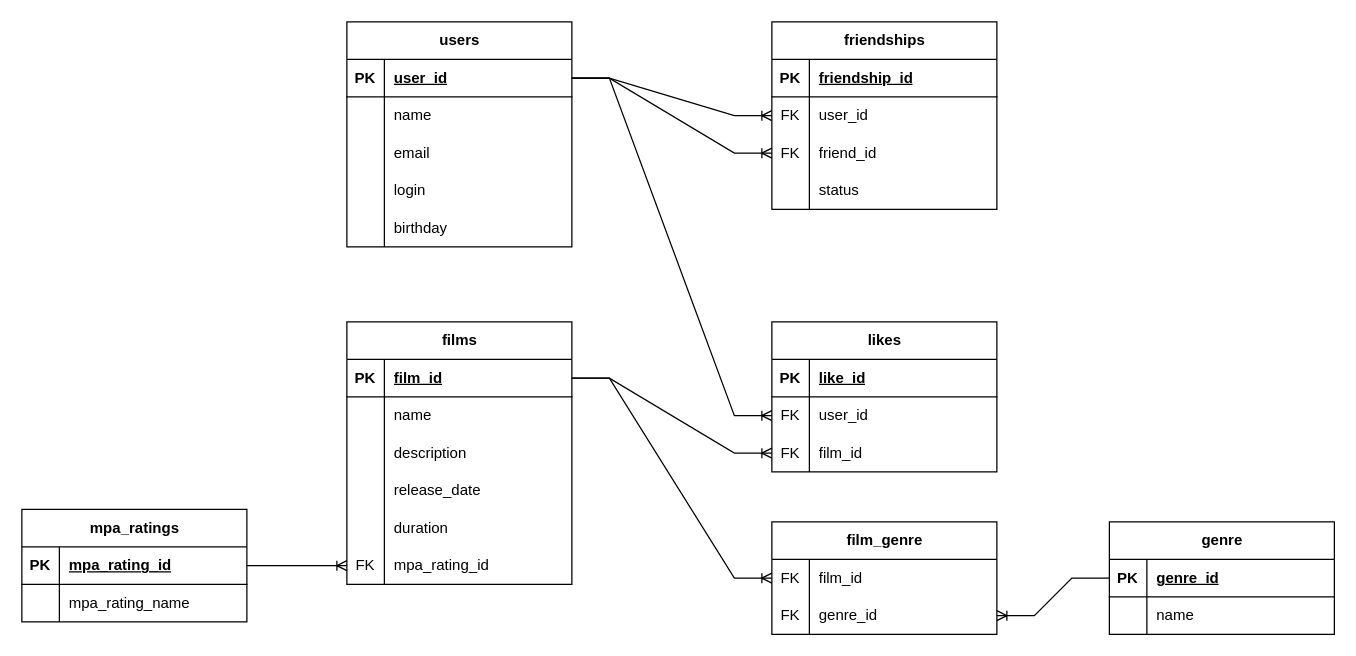
The draw.io diagram src/main/resources/db/filmorate.drawio in yaengine/filmorate, before the edit. Source tidied: cells renumbered, new cells numbered last; positions are measured from the earlier drawing's top-left corner, leaving out a move shared by most shapes. Both pictures are drawn from the tidied source at 125%, with x=0, y=0 at pixel (21, 21).
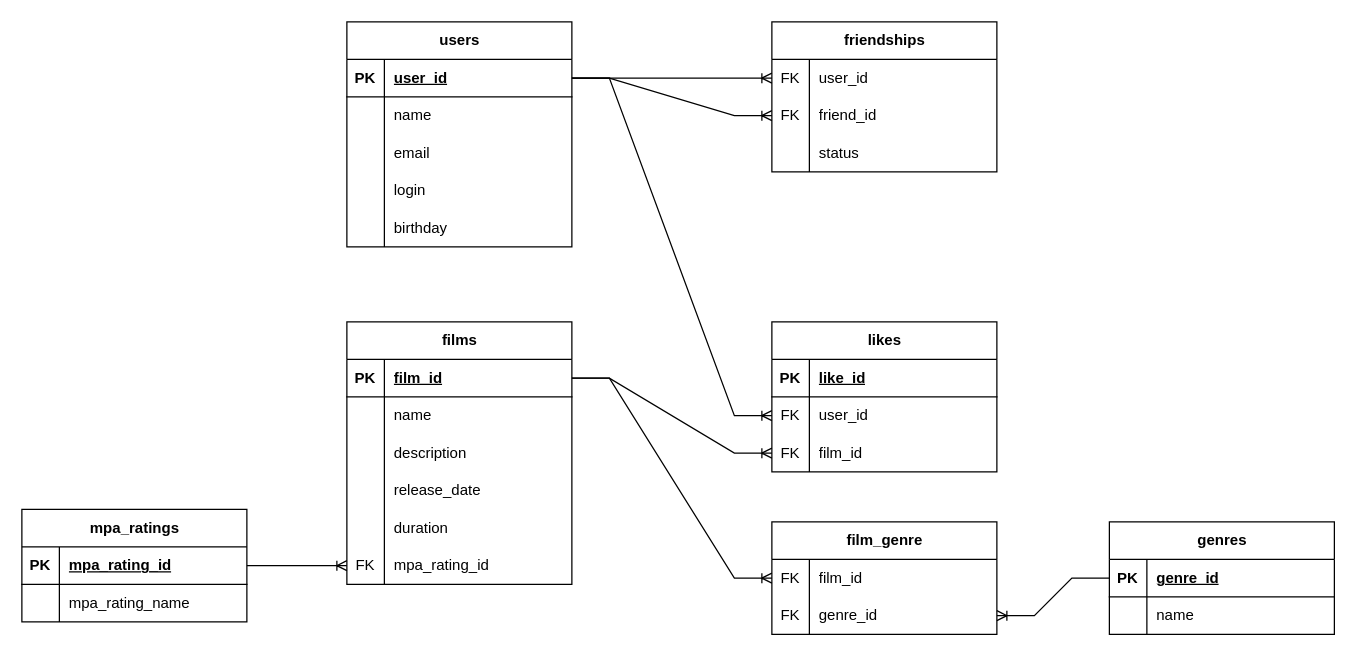
After the change.

The edit, as a diff of the source:
```diff
@@
-    <mxCell id="37" value="genre" style="shape=table;startSize=30;childLayout=tableLayout;rowLines=0;fontStyle=1;align=center;html=1;" parent="1" vertex="1">
+    <mxCell id="37" value="genres" style="shape=table;startSize=30;childLayout=tableLayout;rowLines=0;fontStyle=1;align=center;html=1;" parent="1" vertex="1">
       <mxGeometry x="870" y="400" width="180" height="90" as="geometry" />
     </mxCell>
@@
     <mxCell id="44" value="friendships" style="shape=table;startSize=30;childLayout=tableLayout;rowLines=0;fontStyle=1;align=center;html=1;" parent="1" vertex="1">
-      <mxGeometry x="600" width="180" height="150" as="geometry" />
+      <mxGeometry x="600" width="180" height="120" as="geometry" />
     </mxCell>
-    <mxCell id="45" style="shape=tableRow;horizontal=0;startSize=0;swimlaneHead=0;swimlaneBody=0;fillColor=none;top=0;left=0;right=0;bottom=1;" parent="44" vertex="1">
-      <mxGeometry y="30" width="180" height="30" as="geometry" />
-    </mxCell>
-    <mxCell id="46" value="PK" style="shape=partialRectangle;fillColor=none;top=0;left=0;bottom=0;right=0;fontStyle=1;overflow=hidden;whiteSpace=wrap;html=1;" parent="45" vertex="1">
-      <mxGeometry width="30" height="30" as="geometry" />
-    </mxCell>
-    <mxCell id="47" value="friendship_id" style="shape=partialRectangle;fillColor=none;top=0;left=0;bottom=0;right=0;align=left;spacingLeft=6;fontStyle=5;overflow=hidden;whiteSpace=wrap;html=1;" parent="45" vertex="1">
-      <mxGeometry x="30" width="150" height="30" as="geometry" />
-    </mxCell>
     <mxCell id="48" style="shape=tableRow;horizontal=0;startSize=0;swimlaneHead=0;swimlaneBody=0;fillColor=none;points=[[0,0.5],[1,0.5]];portConstraint=eastwest;top=0;left=0;right=0;bottom=0;" parent="44" vertex="1">
-      <mxGeometry y="60" width="180" height="30" as="geometry" />
+      <mxGeometry y="30" width="180" height="30" as="geometry" />
     </mxCell>
@@
     <mxCell id="51" style="shape=tableRow;horizontal=0;startSize=0;swimlaneHead=0;swimlaneBody=0;fillColor=none;points=[[0,0.5],[1,0.5]];portConstraint=eastwest;top=0;left=0;right=0;bottom=0;" parent="44" vertex="1">
-      <mxGeometry y="90" width="180" height="30" as="geometry" />
+      <mxGeometry y="60" width="180" height="30" as="geometry" />
     </mxCell>
@@
     <mxCell id="54" style="shape=tableRow;horizontal=0;startSize=0;swimlaneHead=0;swimlaneBody=0;fillColor=none;top=0;left=0;right=0;bottom=0;" parent="44" vertex="1">
-      <mxGeometry y="120" width="180" height="30" as="geometry" />
+      <mxGeometry y="90" width="180" height="30" as="geometry" />
     </mxCell>
```
